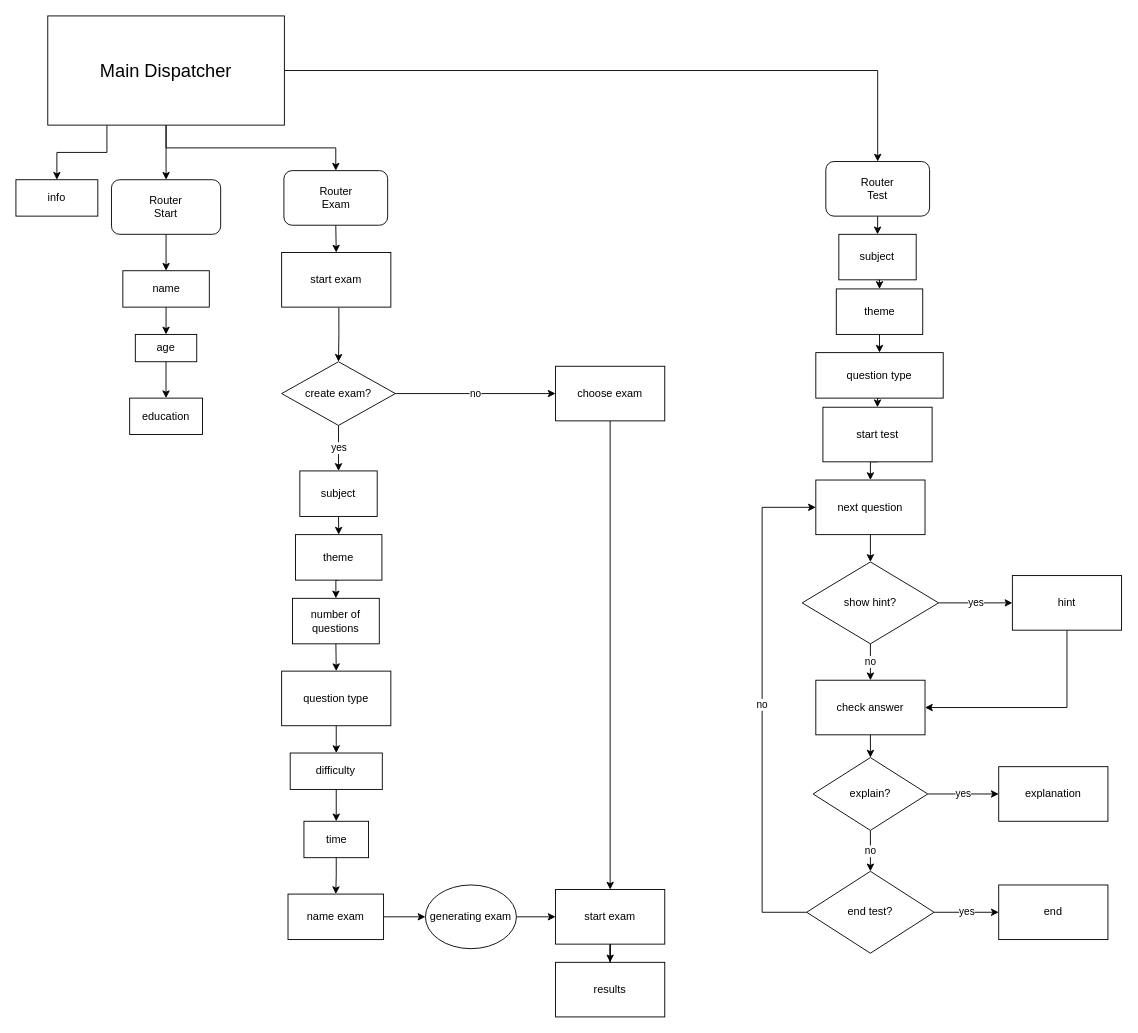
Above: bot.drawio in KGr1sha/TesterBot (draw.io), before the change. Source tidied: cells renumbered, new cells numbered last; positions are measured from the earlier drawing's top-left corner, leaving out a move shared by most shapes. Both pictures are drawn from the tidied source at 91%, with x=0, y=0 at pixel (15, 15).
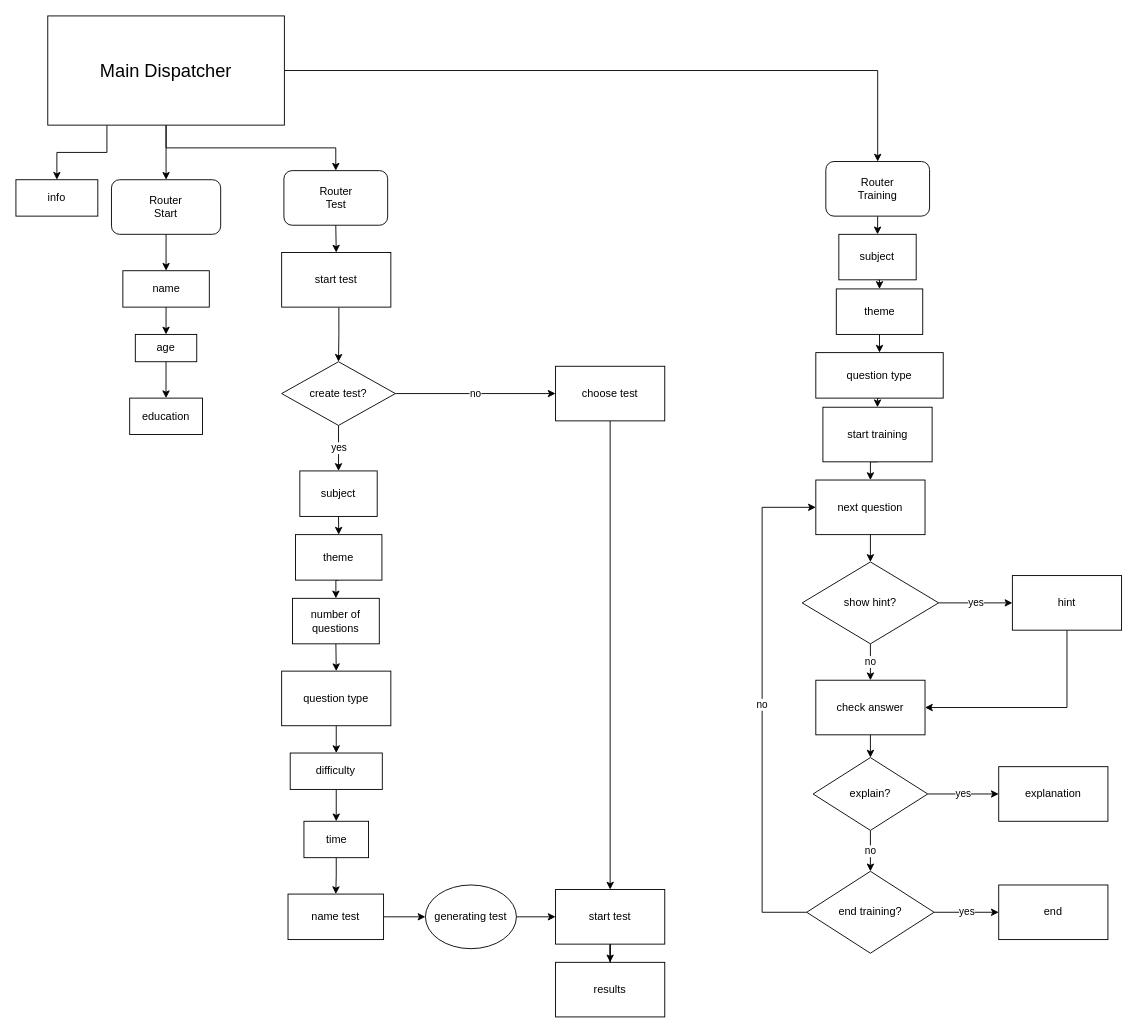
The same diagram, later.

Change to the diagram source:
```diff
@@
-    <mxCell id="8" value="Router&lt;br&gt;Exam" style="rounded=1;whiteSpace=wrap;html=1;" parent="1" vertex="1">
+    <mxCell id="8" value="Router&lt;br&gt;Test" style="rounded=1;whiteSpace=wrap;html=1;" parent="1" vertex="1">
       <mxGeometry x="294.5" y="170" width="114" height="60" as="geometry" />
     </mxCell>
@@
-    <mxCell id="27" value="create exam?" style="rhombus;whiteSpace=wrap;html=1;" parent="1" vertex="1">
+    <mxCell id="27" value="create test?" style="rhombus;whiteSpace=wrap;html=1;" parent="1" vertex="1">
       <mxGeometry x="292" y="380" width="125" height="70" as="geometry" />
     </mxCell>
@@
-    <mxCell id="29" value="choose exam" style="rounded=0;whiteSpace=wrap;html=1;" parent="1" vertex="1">
+    <mxCell id="29" value="choose test" style="rounded=0;whiteSpace=wrap;html=1;" parent="1" vertex="1">
       <mxGeometry x="593" y="385" width="120" height="60" as="geometry" />
     </mxCell>
@@
-    <mxCell id="31" value="start exam" style="rounded=0;whiteSpace=wrap;html=1;" parent="1" vertex="1">
+    <mxCell id="31" value="start test" style="rounded=0;whiteSpace=wrap;html=1;" parent="1" vertex="1">
       <mxGeometry x="593" y="960" width="120" height="60" as="geometry" />
     </mxCell>
@@
-    <mxCell id="33" value="name exam" style="rounded=0;whiteSpace=wrap;html=1;" parent="1" vertex="1">
+    <mxCell id="33" value="name test" style="rounded=0;whiteSpace=wrap;html=1;" parent="1" vertex="1">
       <mxGeometry x="299" y="965" width="105" height="50" as="geometry" />
     </mxCell>
@@
-    <mxCell id="35" value="generating exam" style="ellipse;whiteSpace=wrap;html=1;" parent="1" vertex="1">
+    <mxCell id="35" value="generating test" style="ellipse;whiteSpace=wrap;html=1;" parent="1" vertex="1">
       <mxGeometry x="450" y="955" width="100" height="70" as="geometry" />
     </mxCell>
@@
-    <mxCell id="38" value="start exam" style="rounded=0;whiteSpace=wrap;html=1;" parent="1" vertex="1">
+    <mxCell id="38" value="start test" style="rounded=0;whiteSpace=wrap;html=1;" parent="1" vertex="1">
       <mxGeometry x="292" y="260" width="120" height="60" as="geometry" />
     </mxCell>
@@
-    <mxCell id="42" value="Router&lt;br&gt;Test" style="rounded=1;whiteSpace=wrap;html=1;" parent="1" vertex="1">
+    <mxCell id="42" value="Router&lt;br&gt;Training" style="rounded=1;whiteSpace=wrap;html=1;" parent="1" vertex="1">
       <mxGeometry x="890" y="160" width="114" height="60" as="geometry" />
     </mxCell>
@@
-    <mxCell id="48" value="start test" style="rounded=0;whiteSpace=wrap;html=1;" parent="1" vertex="1">
+    <mxCell id="48" value="start training" style="rounded=0;whiteSpace=wrap;html=1;" parent="1" vertex="1">
       <mxGeometry x="886.8" y="430" width="120" height="60" as="geometry" />
     </mxCell>
@@
-    <mxCell id="52" value="end test?" style="rhombus;whiteSpace=wrap;html=1;" parent="1" vertex="1">
+    <mxCell id="52" value="end training?" style="rhombus;whiteSpace=wrap;html=1;" parent="1" vertex="1">
       <mxGeometry x="869" y="940" width="140" height="90" as="geometry" />
     </mxCell>
```
